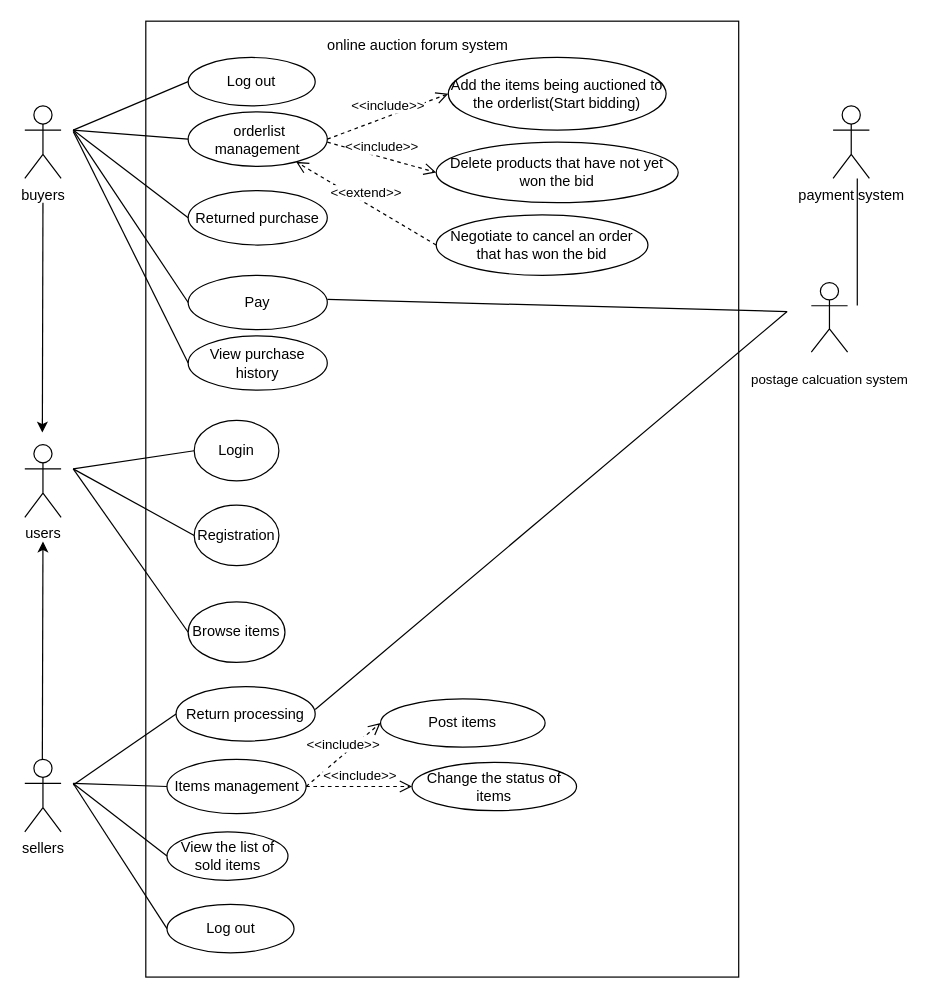
Before: Untitled Diagram.drawio in impulseoy/learnGit, a draw.io diagram. Source tidied: cells renumbered, new cells numbered last; positions are measured from the earlier drawing's top-left corner, leaving out a move shared by most shapes. Both pictures are drawn from the tidied source at 121%, with x=0, y=0 at pixel (24, 21).
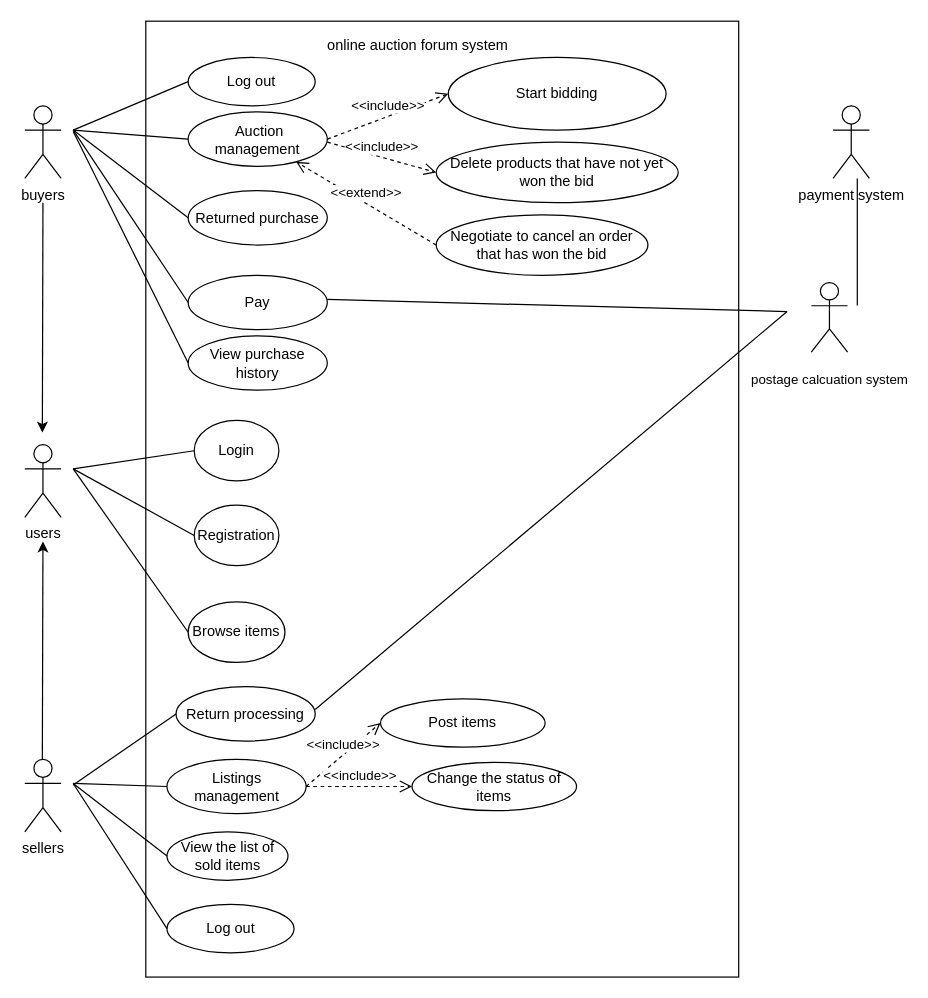
After the change.

Diff of the diagram source:
```diff
@@
-    <mxCell id="15" value="&amp;nbsp;orderlist&lt;br&gt;management" style="ellipse;whiteSpace=wrap;html=1;" parent="1" vertex="1">
+    <mxCell id="15" value="&amp;nbsp;Auction&lt;br&gt;management" style="ellipse;whiteSpace=wrap;html=1;" parent="1" vertex="1">
       <mxGeometry x="135" y="75" width="115" height="45" as="geometry" />
     </mxCell>
@@
-    <mxCell id="18" value="Add the items being auctioned to the orderlist(Start bidding)" style="ellipse;whiteSpace=wrap;html=1;" parent="1" vertex="1">
+    <mxCell id="18" value="Start bidding" style="ellipse;whiteSpace=wrap;html=1;" parent="1" vertex="1">
       <mxGeometry x="350" y="30" width="180" height="60" as="geometry" />
     </mxCell>
@@
-    <mxCell id="31" value="Items management" style="ellipse;whiteSpace=wrap;html=1;" parent="1" vertex="1">
+    <mxCell id="31" value="Listings management" style="ellipse;whiteSpace=wrap;html=1;" parent="1" vertex="1">
       <mxGeometry x="117.5" y="610" width="115" height="45" as="geometry" />
     </mxCell>
```
